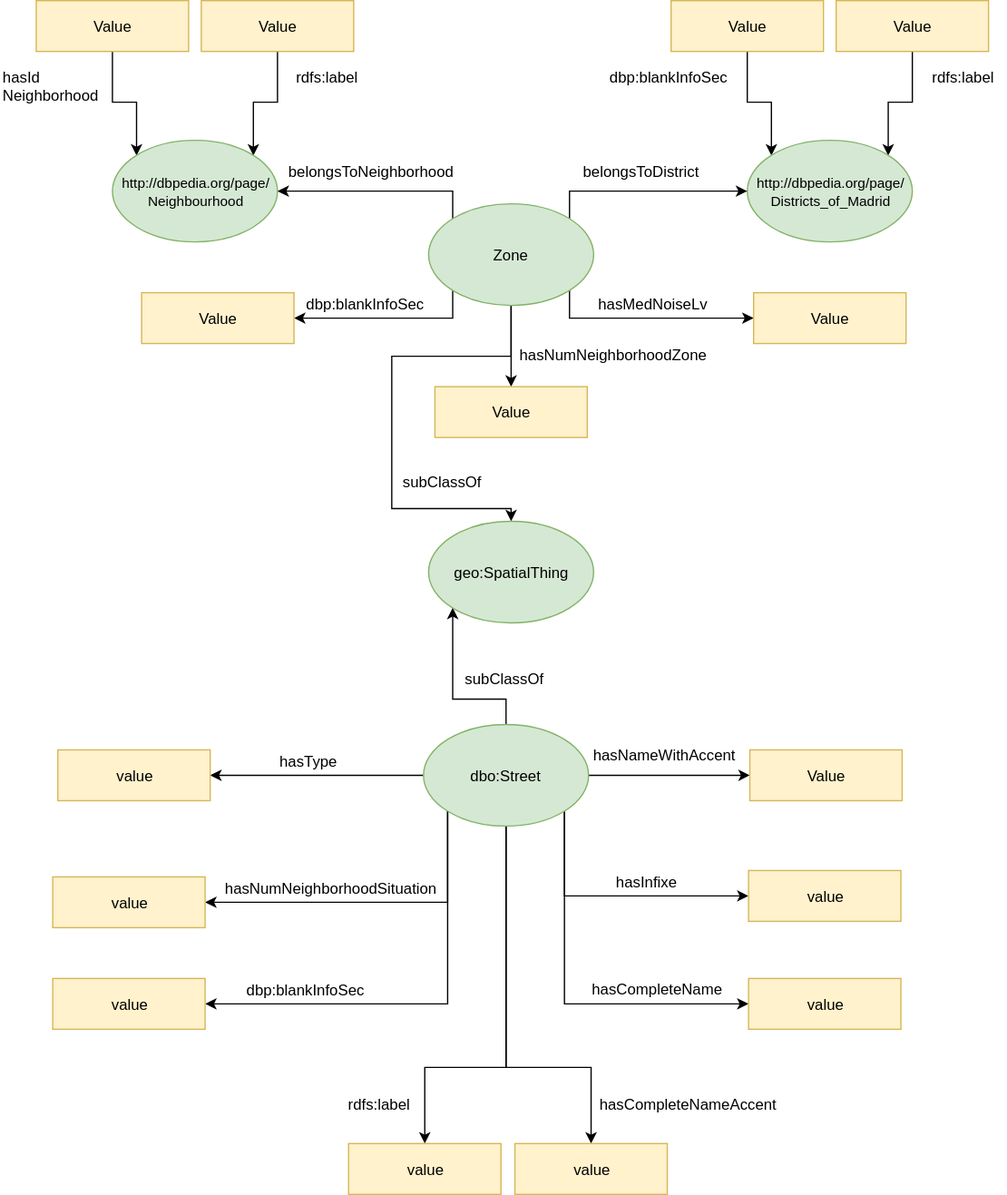
Earlier version of the draw.io export HandsOn/Group10/ontology/Ontology _Diagram.svg (FacultadInformatica-LinkedData/Curso2017-2018). Source tidied: cells renumbered, new cells last; positions are measured from the earlier drawing's top-left corner, leaving out a move shared by most shapes.
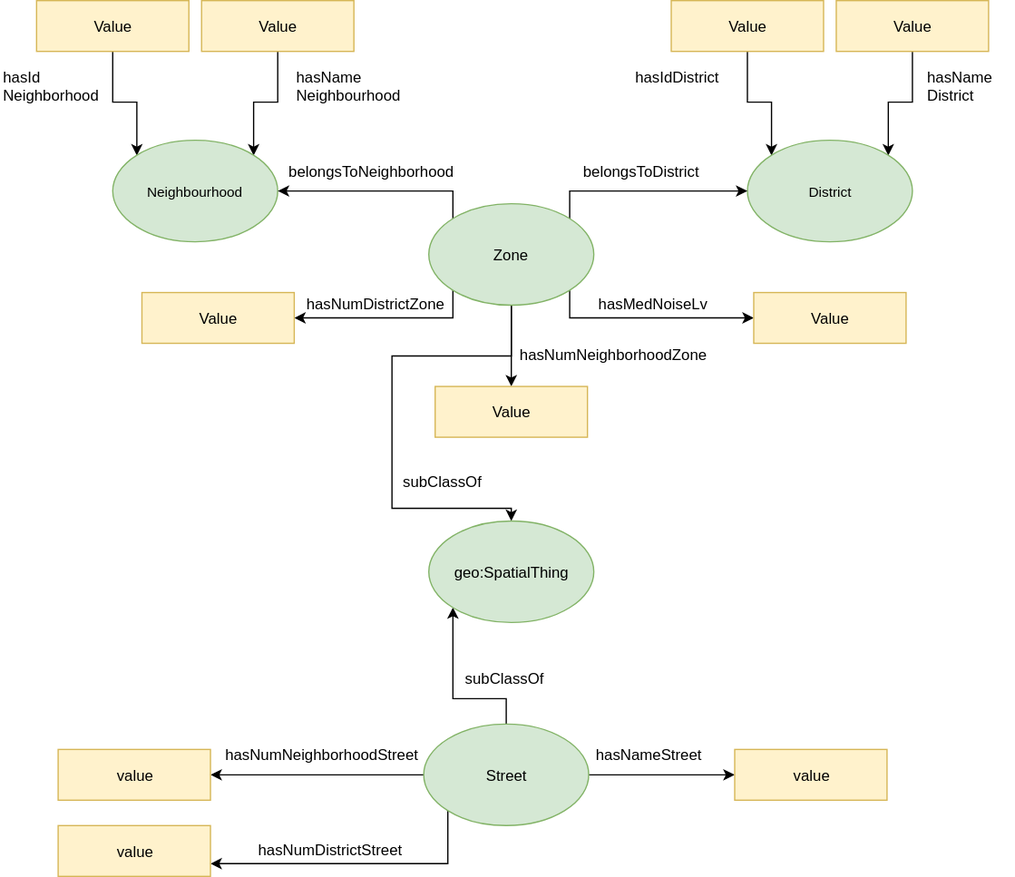
After the change.

Commit message:
Updating ontology and rdf files.

Diff of the diagram source:
```diff
@@ -46,23 +46,23 @@
     <mxCell id="9" value="Value" style="rounded=0;whiteSpace=wrap;html=1;fillColor=#fff2cc;strokeColor=#d6b656;" parent="1" vertex="1">
       <mxGeometry x="158" width="120" height="40" as="geometry" />
     </mxCell>
-    <mxCell id="10" value="&lt;font style=&quot;font-size: 11px&quot;&gt;http://dbpedia.org/page/&lt;/font&gt;&lt;div&gt;&lt;font style=&quot;font-size: 11px&quot;&gt;Neighbourhood&lt;/font&gt;&lt;/div&gt;" style="ellipse;whiteSpace=wrap;html=1;fillColor=#d5e8d4;strokeColor=#82b366;" parent="1" vertex="1">
+    <mxCell id="10" value="&lt;div&gt;&lt;font style=&quot;font-size: 11px&quot;&gt;Neighbourhood&lt;/font&gt;&lt;/div&gt;" style="ellipse;whiteSpace=wrap;html=1;fillColor=#d5e8d4;strokeColor=#82b366;" parent="1" vertex="1">
       <mxGeometry x="88" y="110" width="130" height="80" as="geometry" />
     </mxCell>
-    <mxCell id="11" value="&lt;font style=&quot;font-size: 11px&quot;&gt;http://dbpedia.org/page/&lt;/font&gt;&lt;div&gt;&lt;font style=&quot;font-size: 11px&quot;&gt;Districts_of_Madrid&lt;/font&gt;&lt;/div&gt;" style="ellipse;whiteSpace=wrap;html=1;fillColor=#d5e8d4;strokeColor=#82b366;" parent="1" vertex="1">
+    <mxCell id="11" value="&lt;span style=&quot;font-size: 11px&quot;&gt;District&lt;/span&gt;" style="ellipse;whiteSpace=wrap;html=1;fillColor=#d5e8d4;strokeColor=#82b366;" parent="1" vertex="1">
       <mxGeometry x="588" y="110" width="130" height="80" as="geometry" />
     </mxCell>
-    <mxCell id="12" value="rdfs:label" style="text;html=1;align=left;verticalAlign=top;spacingTop=-4;" parent="1" vertex="1">
-      <mxGeometry x="231" y="51" width="60" height="20" as="geometry" />
+    <mxCell id="12" value="hasName&lt;div&gt;Neighbourhood&lt;/div&gt;" style="text;html=1;align=left;verticalAlign=top;spacingTop=-4;" parent="1" vertex="1">
+      <mxGeometry x="231" y="51" width="100" height="30" as="geometry" />
     </mxCell>
     <mxCell id="13" value="hasId&lt;div&gt;Neighborhood&lt;/div&gt;" style="text;html=1;align=left;verticalAlign=top;spacingTop=-4;" parent="1" vertex="1">
       <mxGeometry y="51" width="90" height="30" as="geometry" />
     </mxCell>
-    <mxCell id="14" value="dbp:blankInfoSec&lt;br&gt;" style="text;html=1;align=left;verticalAlign=top;spacingTop=-4;" parent="1" vertex="1">
-      <mxGeometry x="478" y="51" width="110" height="20" as="geometry" />
+    <mxCell id="14" value="hasIdDistrict&lt;br&gt;" style="text;html=1;align=left;verticalAlign=top;spacingTop=-4;" parent="1" vertex="1">
+      <mxGeometry x="498" y="51" width="80" height="20" as="geometry" />
     </mxCell>
-    <mxCell id="15" value="rdfs:label" style="text;html=1;align=left;verticalAlign=top;spacingTop=-4;" parent="1" vertex="1">
-      <mxGeometry x="732" y="51" width="60" height="20" as="geometry" />
+    <mxCell id="15" value="hasName&lt;div&gt;District&lt;/div&gt;" style="text;html=1;align=left;verticalAlign=top;spacingTop=-4;" parent="1" vertex="1">
+      <mxGeometry x="728" y="51" width="70" height="30" as="geometry" />
     </mxCell>
     <mxCell id="16" style="edgeStyle=orthogonalEdgeStyle;rounded=0;html=1;exitX=0;exitY=0;entryX=1;entryY=0.5;jettySize=auto;" parent="1" edge="1" source="22" target="10">
       <mxGeometry relative="1" as="geometry">
@@ -114,87 +114,41 @@
     <mxCell id="24" value="belongsToDistrict" style="text;html=1;align=left;verticalAlign=top;spacingTop=-4;" parent="1" vertex="1">
       <mxGeometry x="457" y="125" width="110" height="20" as="geometry" />
     </mxCell>
-    <mxCell id="25" style="edgeStyle=orthogonalEdgeStyle;rounded=0;html=1;exitX=1;exitY=0.5;entryX=0;entryY=0.5;jettySize=auto;" parent="1" edge="1" source="34" target="36">
-      <mxGeometry relative="1" as="geometry" />
-    </mxCell>
-    <mxCell id="26" style="edgeStyle=orthogonalEdgeStyle;rounded=0;html=1;exitX=0;exitY=1;entryX=1;entryY=0.5;jettySize=auto;" parent="1" edge="1" source="34" target="46">
-      <mxGeometry relative="1" as="geometry">
-        <Array as="points">
-          <mxPoint x="352" y="710" />
-        </Array>
-      </mxGeometry>
-    </mxCell>
+    <mxCell id="32" style="edgeStyle=orthogonalEdgeStyle;rounded=0;html=1;exitX=0.5;exitY=0;entryX=0;entryY=1;jettySize=auto;" parent="1" edge="1" source="34" target="55">
+      <mxGeometry relative="1" as="geometry">
+        <Array as="points">
+          <mxPoint x="398" y="550" />
+          <mxPoint x="356" y="550" />
+        </Array>
+      </mxGeometry>
+    </mxCell>
+    <mxCell id="59" style="edgeStyle=orthogonalEdgeStyle;rounded=0;html=1;exitX=0;exitY=0.5;entryX=1;entryY=0.5;jettySize=auto;" parent="1" edge="1" source="34" target="46">
+      <mxGeometry relative="1" as="geometry" />
+    </mxCell>
-    <mxCell id="27" style="edgeStyle=orthogonalEdgeStyle;rounded=0;html=1;exitX=0;exitY=1;entryX=1;entryY=0.5;jettySize=auto;" parent="1" edge="1" source="34" target="48">
+    <mxCell id="27" style="edgeStyle=orthogonalEdgeStyle;rounded=0;html=1;exitX=0;exitY=1;entryX=1;entryY=0.75;jettySize=auto;" parent="1" edge="1" source="34" target="48">
       <mxGeometry relative="1" as="geometry">
         <Array as="points">
-          <mxPoint x="352" y="790" />
+          <mxPoint x="352" y="680" />
         </Array>
       </mxGeometry>
     </mxCell>
-    <mxCell id="28" style="edgeStyle=orthogonalEdgeStyle;rounded=0;html=1;exitX=0.5;exitY=1;jettySize=auto;" parent="1" edge="1" source="34" target="38">
-      <mxGeometry relative="1" as="geometry">
-        <Array as="points">
-          <mxPoint x="398" y="840" />
-          <mxPoint x="334" y="840" />
-        </Array>
-      </mxGeometry>
-    </mxCell>
-    <mxCell id="29" style="edgeStyle=orthogonalEdgeStyle;rounded=0;html=1;exitX=1;exitY=1;entryX=0;entryY=0.5;jettySize=auto;" parent="1" edge="1" source="34" target="37">
-      <mxGeometry relative="1" as="geometry">
-        <Array as="points">
-          <mxPoint x="444" y="705" />
-        </Array>
-      </mxGeometry>
-    </mxCell>
-    <mxCell id="30" style="edgeStyle=orthogonalEdgeStyle;rounded=0;html=1;exitX=1;exitY=1;entryX=0;entryY=0.5;jettySize=auto;" parent="1" edge="1" source="34" target="51">
-      <mxGeometry relative="1" as="geometry">
-        <Array as="points">
-          <mxPoint x="444" y="790" />
-        </Array>
-      </mxGeometry>
+    <mxCell id="30" style="edgeStyle=orthogonalEdgeStyle;rounded=0;html=1;exitX=1;exitY=0.5;entryX=0;entryY=0.5;jettySize=auto;" parent="1" edge="1" source="34" target="51">
+      <mxGeometry relative="1" as="geometry" />
     </mxCell>
-    <mxCell id="31" style="edgeStyle=orthogonalEdgeStyle;rounded=0;html=1;exitX=0.5;exitY=1;entryX=0.5;entryY=0;jettySize=auto;" parent="1" edge="1" source="34" target="53">
-      <mxGeometry relative="1" as="geometry">
-        <Array as="points">
-          <mxPoint x="398" y="840" />
-          <mxPoint x="465" y="840" />
-        </Array>
-      </mxGeometry>
-    </mxCell>
-    <mxCell id="32" style="edgeStyle=orthogonalEdgeStyle;rounded=0;html=1;exitX=0.5;exitY=0;entryX=0;entryY=1;jettySize=auto;" parent="1" edge="1" source="34" target="55">
-      <mxGeometry relative="1" as="geometry">
-        <Array as="points">
-          <mxPoint x="398" y="550" />
-          <mxPoint x="356" y="550" />
-        </Array>
-      </mxGeometry>
-    </mxCell>
-    <mxCell id="33" style="edgeStyle=orthogonalEdgeStyle;rounded=0;html=1;exitX=0;exitY=0.5;entryX=1;entryY=0.5;jettySize=auto;" parent="1" edge="1" source="34" target="58">
-      <mxGeometry relative="1" as="geometry" />
-    </mxCell>
-    <mxCell id="34" value="dbo:Street" style="ellipse;whiteSpace=wrap;html=1;fillColor=#d5e8d4;strokeColor=#82b366;" parent="1" vertex="1">
+    <mxCell id="34" value="Street" style="ellipse;whiteSpace=wrap;html=1;fillColor=#d5e8d4;strokeColor=#82b366;" parent="1" vertex="1">
       <mxGeometry x="333" y="570" width="130" height="80" as="geometry" />
     </mxCell>
     <mxCell id="35" value="Value" style="rounded=0;whiteSpace=wrap;html=1;fillColor=#fff2cc;strokeColor=#d6b656;" parent="1" vertex="1">
       <mxGeometry x="593" y="230" width="120" height="40" as="geometry" />
     </mxCell>
-    <mxCell id="36" value="Value" style="rounded=0;whiteSpace=wrap;html=1;fillColor=#fff2cc;strokeColor=#d6b656;" parent="1" vertex="1">
-      <mxGeometry x="590" y="590" width="120" height="40" as="geometry" />
-    </mxCell>
-    <mxCell id="37" value="value" style="rounded=0;whiteSpace=wrap;html=1;fillColor=#fff2cc;strokeColor=#d6b656;" parent="1" vertex="1">
-      <mxGeometry x="589" y="685" width="120" height="40" as="geometry" />
-    </mxCell>
-    <mxCell id="38" value="value" style="rounded=0;whiteSpace=wrap;html=1;fillColor=#fff2cc;strokeColor=#d6b656;" parent="1" vertex="1">
-      <mxGeometry x="274" y="900" width="120" height="40" as="geometry" />
-    </mxCell>
     <mxCell id="39" value="hasMedNoiseLv" style="text;html=1;align=left;verticalAlign=top;spacingTop=-4;" parent="1" vertex="1">
       <mxGeometry x="469" y="230" width="100" height="20" as="geometry" />
     </mxCell>
     <mxCell id="40" value="Value" style="rounded=0;whiteSpace=wrap;html=1;fillColor=#fff2cc;strokeColor=#d6b656;" parent="1" vertex="1">
       <mxGeometry x="111" y="230" width="120" height="40" as="geometry" />
     </mxCell>
-    <mxCell id="41" value="dbp:blankInfoSec" style="text;html=1;align=left;verticalAlign=top;spacingTop=-4;" parent="1" vertex="1">
-      <mxGeometry x="239" y="230" width="110" height="20" as="geometry" />
+    <mxCell id="41" value="hasNumDistrictZone" style="text;html=1;align=left;verticalAlign=top;spacingTop=-4;" parent="1" vertex="1">
+      <mxGeometry x="239" y="230" width="120" height="20" as="geometry" />
     </mxCell>
     <mxCell id="42" value="Value" style="rounded=0;whiteSpace=wrap;html=1;fillColor=#fff2cc;strokeColor=#d6b656;" parent="1" vertex="1">
       <mxGeometry x="342" y="304" width="120" height="40" as="geometry" />
@@ -202,39 +156,24 @@
     <mxCell id="43" value="hasNumNeighborhoodZone" style="text;html=1;align=left;verticalAlign=top;spacingTop=-4;" parent="1" vertex="1">
       <mxGeometry x="407" y="270" width="160" height="20" as="geometry" />
     </mxCell>
-    <mxCell id="44" value="hasNameWith&lt;span&gt;Accent&lt;/span&gt;" style="text;html=1;align=left;verticalAlign=top;spacingTop=-4;" parent="1" vertex="1">
-      <mxGeometry x="465" y="585" width="130" height="20" as="geometry" />
-    </mxCell>
-    <mxCell id="45" value="hasInfixe" style="text;html=1;align=left;verticalAlign=top;spacingTop=-4;" parent="1" vertex="1">
-      <mxGeometry x="483" y="685" width="60" height="20" as="geometry" />
-    </mxCell>
     <mxCell id="46" value="value" style="rounded=0;whiteSpace=wrap;html=1;fillColor=#fff2cc;strokeColor=#d6b656;" parent="1" vertex="1">
-      <mxGeometry x="41" y="690" width="120" height="40" as="geometry" />
+      <mxGeometry x="45" y="590" width="120" height="40" as="geometry" />
     </mxCell>
-    <mxCell id="47" value="hasNumNeighborhoodSituation" style="text;html=1;align=left;verticalAlign=top;spacingTop=-4;" parent="1" vertex="1">
-      <mxGeometry x="175" y="690" width="180" height="20" as="geometry" />
+    <mxCell id="47" value="hasNumNeighborhoodStreet" style="text;html=1;align=left;verticalAlign=top;spacingTop=-4;" parent="1" vertex="1">
+      <mxGeometry x="175" y="585" width="170" height="20" as="geometry" />
     </mxCell>
     <mxCell id="48" value="value" style="rounded=0;whiteSpace=wrap;html=1;fillColor=#fff2cc;strokeColor=#d6b656;" parent="1" vertex="1">
-      <mxGeometry x="41" y="770" width="120" height="40" as="geometry" />
+      <mxGeometry x="45" y="650" width="120" height="40" as="geometry" />
     </mxCell>
-    <mxCell id="49" value="dbp:blankInfoSec" style="text;html=1;align=left;verticalAlign=top;spacingTop=-4;" parent="1" vertex="1">
-      <mxGeometry x="192" y="770" width="110" height="20" as="geometry" />
+    <mxCell id="49" value="hasNumDistrictStreet" style="text;html=1;align=left;verticalAlign=top;spacingTop=-4;" parent="1" vertex="1">
+      <mxGeometry x="201" y="660" width="130" height="20" as="geometry" />
     </mxCell>
-    <mxCell id="50" value="rdfs:label" style="text;html=1;align=left;verticalAlign=top;spacingTop=-4;" parent="1" vertex="1">
-      <mxGeometry x="272" y="860" width="60" height="20" as="geometry" />
-    </mxCell>
     <mxCell id="51" value="value" style="rounded=0;whiteSpace=wrap;html=1;fillColor=#fff2cc;strokeColor=#d6b656;" parent="1" vertex="1">
-      <mxGeometry x="589" y="770" width="120" height="40" as="geometry" />
+      <mxGeometry x="578" y="590" width="120" height="40" as="geometry" />
     </mxCell>
-    <mxCell id="52" value="hasCompleteName" style="text;html=1;align=left;verticalAlign=top;spacingTop=-4;" parent="1" vertex="1">
-      <mxGeometry x="464" y="769" width="120" height="20" as="geometry" />
+    <mxCell id="52" value="hasNameStreet" style="text;html=1;align=left;verticalAlign=top;spacingTop=-4;" parent="1" vertex="1">
+      <mxGeometry x="467" y="585" width="100" height="20" as="geometry" />
     </mxCell>
-    <mxCell id="53" value="value" style="rounded=0;whiteSpace=wrap;html=1;fillColor=#fff2cc;strokeColor=#d6b656;" parent="1" vertex="1">
-      <mxGeometry x="405" y="900" width="120" height="40" as="geometry" />
-    </mxCell>
-    <mxCell id="54" value="hasCompleteNameAccent" style="text;html=1;align=left;verticalAlign=top;spacingTop=-4;" parent="1" vertex="1">
-      <mxGeometry x="470" y="860" width="150" height="20" as="geometry" />
-    </mxCell>
     <mxCell id="55" value="geo:SpatialThing" style="ellipse;whiteSpace=wrap;html=1;fillColor=#d5e8d4;strokeColor=#82b366;" parent="1" vertex="1">
       <mxGeometry x="337" y="410" width="130" height="80" as="geometry" />
     </mxCell>
@@ -244,11 +183,5 @@
     <mxCell id="57" value="subClassOf" style="text;html=1;align=left;verticalAlign=top;spacingTop=-4;" parent="1" vertex="1">
       <mxGeometry x="315" y="370" width="80" height="20" as="geometry" />
     </mxCell>
-    <mxCell id="58" value="value" style="rounded=0;whiteSpace=wrap;html=1;fillColor=#fff2cc;strokeColor=#d6b656;" parent="1" vertex="1">
-      <mxGeometry x="45" y="590" width="120" height="40" as="geometry" />
-    </mxCell>
-    <mxCell id="59" value="hasType" style="text;html=1;align=left;verticalAlign=top;spacingTop=-4;" parent="1" vertex="1">
-      <mxGeometry x="218" y="590" width="60" height="20" as="geometry" />
-    </mxCell>
   </root>
 </mxGraphModel>
```
